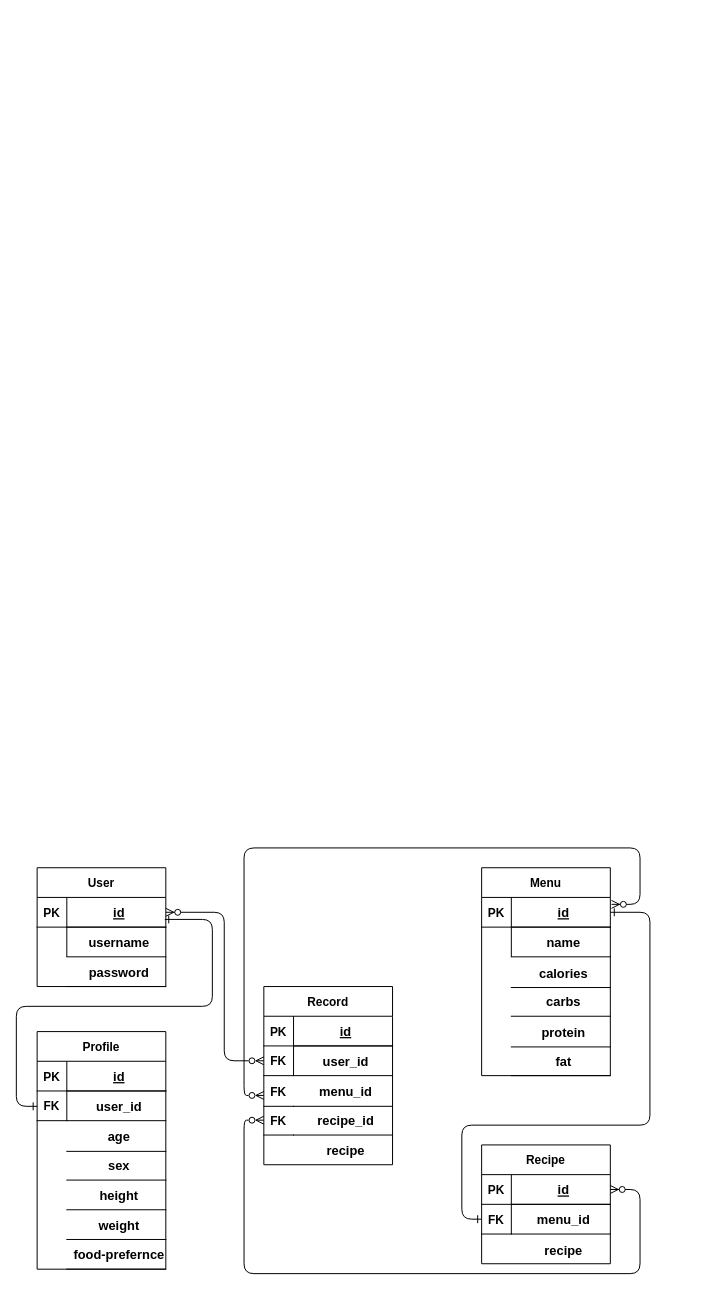
The draw.io diagram diagrams/Backend ER Diagram.drawio in swsnu/swpp2021-team5, before the edit. Source tidied: cells renumbered, new cells numbered last; positions are measured from the earlier drawing's top-left corner, leaving out a move shared by most shapes. Both pictures are drawn from the tidied source at 99%, with x=0, y=0 at pixel (16, 175).
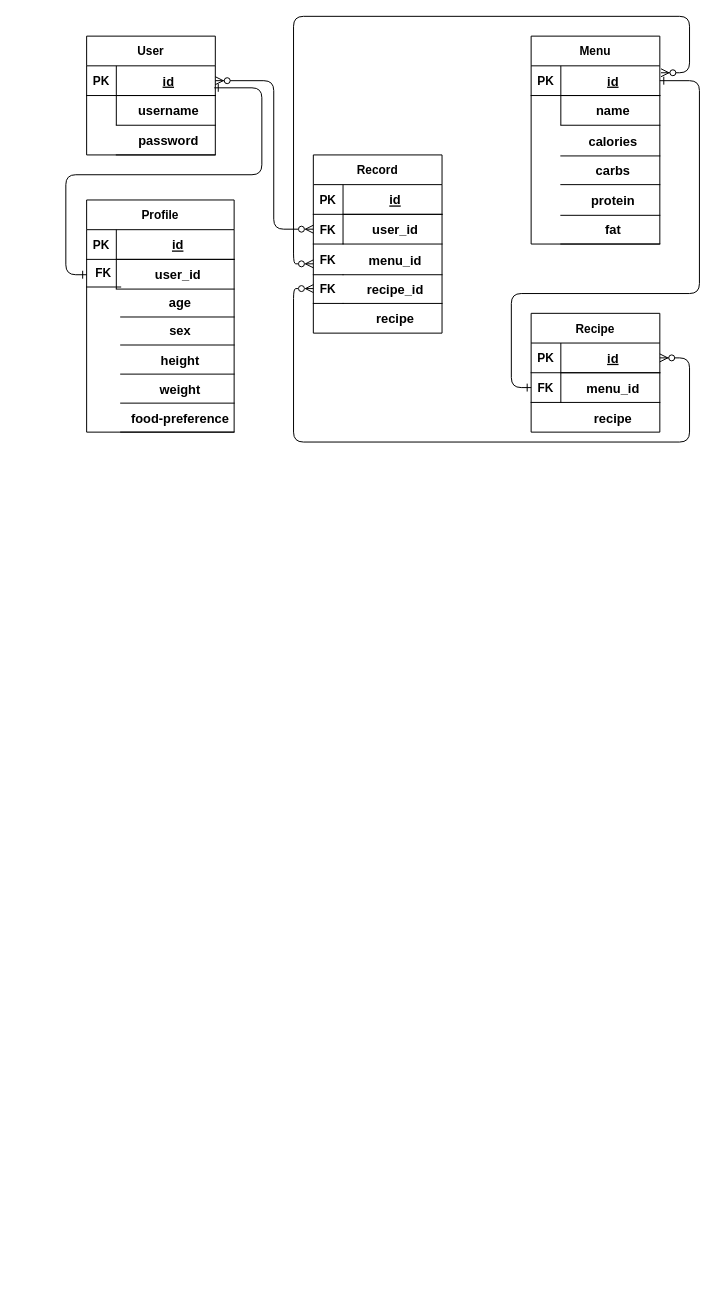
After the change.

The change refers to these unchanged cells:
```xml
<mxCell id="5" style="shape=partialRectangle;fillColor=none;points=[[0,0.5],[1,0.5]];portConstraint=eastwest;top=0;left=0;right=0;bottom=1;" parent="4" vertex="1">
  <mxGeometry y="30" width="130" height="30" as="geometry" />
</mxCell>
<mxCell id="24" style="shape=partialRectangle;fillColor=none;points=[[0,0.5],[1,0.5]];portConstraint=eastwest;top=0;left=0;right=0;bottom=0;" parent="20" vertex="1">
  <mxGeometry y="60" width="130" height="30" as="geometry" />
</mxCell>
<mxCell id="36" style="shape=partialRectangle;fillColor=none;points=[[0,0.5],[1,0.5]];portConstraint=eastwest;top=0;left=0;right=0;bottom=1;" parent="35" vertex="1">
  <mxGeometry y="30" width="130" height="30" as="geometry" />
</mxCell>
<mxCell id="39" style="shape=partialRectangle;fillColor=none;points=[[0,0.5],[1,0.5]];portConstraint=eastwest;top=0;left=0;right=0;bottom=0;" parent="35" vertex="1">
  <mxGeometry y="60" width="130" height="30" as="geometry" />
</mxCell>
<mxCell id="54" style="shape=partialRectangle;fillColor=none;points=[[0,0.5],[1,0.5]];portConstraint=eastwest;top=0;left=0;right=0;bottom=1;" parent="53" vertex="1">
  <mxGeometry y="30" width="130" height="30" as="geometry" />
</mxCell>
```

Change to the diagram source:
```diff
@@
-    <mxCell id="2" style="shape=partialRectangle;overflow=hidden;fillColor=none;top=0;left=0;bottom=0;right=0;" parent="1" vertex="1">
-      <mxGeometry x="364" y="414" width="30" height="30" as="geometry" />
-    </mxCell>
     <mxCell id="3" style="group;" parent="1" vertex="1">
-      <mxGeometry x="470" y="699" width="130" height="210" as="geometry" />
+      <mxGeometry x="520" y="-141" width="130" height="210" as="geometry" />
     </mxCell>
@@
     <mxCell id="19" style="group;" parent="1" vertex="1">
-      <mxGeometry x="250" y="819" width="130" height="180" as="geometry" />
+      <mxGeometry x="300" y="-21" width="130" height="180" as="geometry" />
     </mxCell>
@@
     <mxCell id="34" style="group;" parent="1" vertex="1">
-      <mxGeometry x="470" y="979" width="130" height="121" as="geometry" />
+      <mxGeometry x="520" y="139" width="130" height="121" as="geometry" />
     </mxCell>
@@
     <mxCell id="45" style="edgeStyle=orthogonalEdgeStyle;endArrow=ERzeroToMany;startArrow=ERzeroToMany;endFill=0;startFill=1;exitX=1;exitY=0.5;exitDx=0;exitDy=0;" parent="1" edge="1" source="54" target="24">
       <mxGeometry relative="1" as="geometry">
         <Array as="points">
-          <mxPoint x="210" y="744" />
-          <mxPoint x="210" y="894" />
+          <mxPoint x="260" y="-96" />
+          <mxPoint x="260" y="54" />
         </Array>
       </mxGeometry>
     </mxCell>
     <mxCell id="46" style="edgeStyle=orthogonalEdgeStyle;endArrow=ERone;startArrow=ERone;endFill=0;startFill=0;exitX=0.992;exitY=0.74;exitDx=0;exitDy=0;exitPerimeter=0;" parent="1" edge="1" source="54" target="68">
       <mxGeometry relative="1" as="geometry">
         <Array as="points">
-          <mxPoint x="198" y="751" />
-          <mxPoint x="198" y="839" />
-          <mxPoint y="839" />
-          <mxPoint y="940" />
+          <mxPoint x="248" y="-89" />
+          <mxPoint x="248" y="-1" />
+          <mxPoint x="50" y="-1" />
+          <mxPoint x="50" y="100" />
         </Array>
       </mxGeometry>
     </mxCell>
     <mxCell id="47" style="shape=partialRectangle;overflow=hidden;fillColor=none;top=0;left=0;bottom=0;right=0;" parent="1" vertex="1">
-      <mxGeometry x="21" y="29" width="30" height="30" as="geometry" />
+      <mxGeometry x="51" y="39" width="30" height="30" as="geometry" />
     </mxCell>
     <mxCell id="48" style="shape=partialRectangle;overflow=hidden;fillColor=none;top=0;left=0;bottom=0;right=0;" parent="1" vertex="1">
-      <mxGeometry x="21" y="58" width="30" height="30" as="geometry" />
+      <mxGeometry x="51" y="68" width="30" height="30" as="geometry" />
     </mxCell>
     <mxCell id="49" style="shape=partialRectangle;overflow=hidden;fillColor=none;top=0;left=0;bottom=0;right=0;" parent="1" vertex="1">
-      <mxGeometry x="20" width="30" height="30" as="geometry" />
+      <mxGeometry x="50" y="10" width="30" height="30" as="geometry" />
     </mxCell>
     <mxCell id="50" style="shape=partialRectangle;overflow=hidden;fillColor=none;top=0;left=0;bottom=0;right=0;" parent="1" vertex="1">
-      <mxGeometry x="20" y="29" width="30" height="30" as="geometry" />
+      <mxGeometry x="50" y="39" width="30" height="30" as="geometry" />
     </mxCell>
     <mxCell id="51" style="shape=partialRectangle;overflow=hidden;fillColor=none;top=0;left=0;bottom=0;right=0;" parent="1" vertex="1">
-      <mxGeometry x="20" y="60" width="30" height="30" as="geometry" />
+      <mxGeometry x="50" y="70" width="30" height="30" as="geometry" />
     </mxCell>
     <mxCell id="52" style="group;" parent="1" vertex="1">
-      <mxGeometry x="21" y="699" width="130" height="120" as="geometry" />
+      <mxGeometry x="71" y="-141" width="130" height="120" as="geometry" />
     </mxCell>
@@
     <mxCell id="61" style="group;" parent="1" vertex="1">
-      <mxGeometry x="21" y="864.5" width="130" height="240" as="geometry" />
+      <mxGeometry x="71" y="24.5" width="149" height="234.5" as="geometry" />
     </mxCell>
     <mxCell id="62" value="weight" style="shape=partialRectangle;overflow=hidden;fillColor=none;top=0;left=0;bottom=1;right=0;align=center;spacingLeft=6;fontStyle=1;fontSize=13;" parent="61" vertex="1">
-      <mxGeometry x="30" y="180" width="100" height="30" as="geometry" />
+      <mxGeometry x="34.4" y="175.9" width="114.6" height="29.3" as="geometry" />
     </mxCell>
-    <mxCell id="63" value="food-prefernce" style="shape=partialRectangle;overflow=hidden;fillColor=none;top=0;left=0;bottom=1;right=0;align=center;spacingLeft=6;fontStyle=1;fontSize=13;" parent="61" vertex="1">
-      <mxGeometry x="30" y="210" width="100" height="30" as="geometry" />
+    <mxCell id="63" value="food-preference" style="shape=partialRectangle;overflow=hidden;fillColor=none;top=0;left=0;bottom=1;right=0;align=center;spacingLeft=6;fontStyle=1;fontSize=13;" parent="61" vertex="1">
+      <mxGeometry x="34.4" y="205.2" width="114.6" height="29.3" as="geometry" />
     </mxCell>
     <mxCell id="64" value="Profile" style="shape=table;startSize=30;childLayout=tableLayout;rowLines=0;fontStyle=1;align=center;" parent="61" vertex="1">
-      <mxGeometry width="130" height="240" as="geometry" />
+      <mxGeometry width="149" height="234.5" as="geometry" />
     </mxCell>
     <mxCell id="65" style="shape=partialRectangle;fillColor=none;top=0;left=0;right=0;bottom=1;" parent="64" vertex="1">
-      <mxGeometry y="30" width="130" height="30" as="geometry" />
+      <mxGeometry y="30" width="149" height="30" as="geometry" />
     </mxCell>
@@
     <mxCell id="67" value="id" style="shape=partialRectangle;overflow=hidden;fillColor=none;top=0;left=0;bottom=0;right=0;align=center;spacingLeft=6;fontStyle=5;fontSize=13;" parent="65" vertex="1">
-      <mxGeometry x="30" width="100" height="30" as="geometry" />
+      <mxGeometry x="30" width="119" height="30" as="geometry" />
     </mxCell>
     <mxCell id="68" style="shape=partialRectangle;fillColor=none;points=[[0,0.5],[1,0.5]];portConstraint=eastwest;top=0;left=0;right=0;bottom=0;" parent="64" vertex="1">
-      <mxGeometry y="60" width="130" height="30" as="geometry" />
+      <mxGeometry y="60" width="149" height="30" as="geometry" />
     </mxCell>
@@
     <mxCell id="70" value="user_id" style="shape=partialRectangle;overflow=hidden;fillColor=none;top=1;left=0;bottom=1;right=0;align=center;spacingLeft=6;fontStyle=1;fontSize=13;" parent="68" vertex="1">
-      <mxGeometry x="30" width="100" height="30" as="geometry" />
+      <mxGeometry x="30" width="119" height="30" as="geometry" />
     </mxCell>
     <mxCell id="71" value="age" style="shape=partialRectangle;overflow=hidden;fillColor=none;top=0;left=0;bottom=1;right=0;align=center;spacingLeft=6;fontStyle=1;fontSize=13;" parent="61" vertex="1">
-      <mxGeometry x="30" y="91" width="100" height="30" as="geometry" />
+      <mxGeometry x="34.4" y="88.9" width="114.6" height="29.3" as="geometry" />
     </mxCell>
     <mxCell id="72" value="FK" style="shape=partialRectangle;overflow=hidden;fillColor=none;top=0;left=0;bottom=1;right=0;fontStyle=1;" parent="61" vertex="1">
-      <mxGeometry y="60" width="30" height="30" as="geometry" />
+      <mxGeometry y="58.6" width="34.4" height="29.3" as="geometry" />
     </mxCell>
     <mxCell id="73" value="sex" style="shape=partialRectangle;overflow=hidden;fillColor=none;top=0;left=0;bottom=1;right=0;align=center;spacingLeft=6;fontStyle=1;fontSize=13;" parent="61" vertex="1">
-      <mxGeometry x="30" y="120" width="100" height="30" as="geometry" />
+      <mxGeometry x="34.4" y="117.2" width="114.6" height="29.3" as="geometry" />
     </mxCell>
     <mxCell id="74" style="shape=partialRectangle;overflow=hidden;fillColor=none;top=0;left=0;bottom=0;right=0;" parent="61" vertex="1">
-      <mxGeometry y="150" width="30" height="30" as="geometry" />
+      <mxGeometry y="146.6" width="34.4" height="29.3" as="geometry" />
     </mxCell>
     <mxCell id="75" value="height" style="shape=partialRectangle;overflow=hidden;fillColor=none;top=0;left=0;bottom=1;right=0;align=center;spacingLeft=6;fontStyle=1;fontSize=13;" parent="61" vertex="1">
-      <mxGeometry x="30" y="150" width="100" height="30" as="geometry" />
+      <mxGeometry x="34.4" y="146.6" width="114.6" height="29.3" as="geometry" />
     </mxCell>
     <mxCell id="76" style="edgeStyle=orthogonalEdgeStyle;endArrow=ERone;startArrow=ERone;endFill=0;startFill=0;" parent="1" edge="1" source="39">
       <mxGeometry relative="1" as="geometry">
-        <mxPoint x="600" y="744" as="targetPoint" />
+        <mxPoint x="650" y="-96" as="targetPoint" />
         <Array as="points">
-          <mxPoint x="450" y="1054" />
-          <mxPoint x="450" y="959" />
-          <mxPoint x="640" y="959" />
-          <mxPoint x="640" y="744" />
+          <mxPoint x="500" y="214" />
+          <mxPoint x="500" y="119" />
+          <mxPoint x="690" y="119" />
+          <mxPoint x="690" y="-96" />
         </Array>
       </mxGeometry>
     </mxCell>
     <mxCell id="77" style="edgeStyle=orthogonalEdgeStyle;endArrow=ERzeroToMany;startArrow=ERzeroToMany;endFill=0;startFill=1;exitX=1.009;exitY=0.233;exitDx=0;exitDy=0;exitPerimeter=0;" parent="1" edge="1" source="5">
       <mxGeometry relative="1" as="geometry">
-        <mxPoint x="250" y="929" as="targetPoint" />
+        <mxPoint x="300" y="89" as="targetPoint" />
         <Array as="points">
-          <mxPoint x="630" y="736" />
-          <mxPoint x="630" y="679" />
-          <mxPoint x="230" y="679" />
-          <mxPoint x="230" y="929" />
+          <mxPoint x="680" y="-104" />
+          <mxPoint x="680" y="-161" />
+          <mxPoint x="280" y="-161" />
+          <mxPoint x="280" y="89" />
         </Array>
       </mxGeometry>
     </mxCell>
     <mxCell id="78" style="edgeStyle=orthogonalEdgeStyle;endArrow=ERzeroToMany;startArrow=ERzeroToMany;endFill=0;startFill=1;exitX=1;exitY=0.5;exitDx=0;exitDy=0;" parent="1" edge="1" source="36">
       <mxGeometry relative="1" as="geometry">
-        <mxPoint x="250" y="954" as="targetPoint" />
+        <mxPoint x="300" y="114" as="targetPoint" />
         <Array as="points">
-          <mxPoint x="630" y="1024" />
-          <mxPoint x="630" y="1109" />
-          <mxPoint x="230" y="1109" />
-          <mxPoint x="230" y="954" />
+          <mxPoint x="680" y="184" />
+          <mxPoint x="680" y="269" />
+          <mxPoint x="280" y="269" />
+          <mxPoint x="280" y="114" />
         </Array>
       </mxGeometry>
     </mxCell>
```
